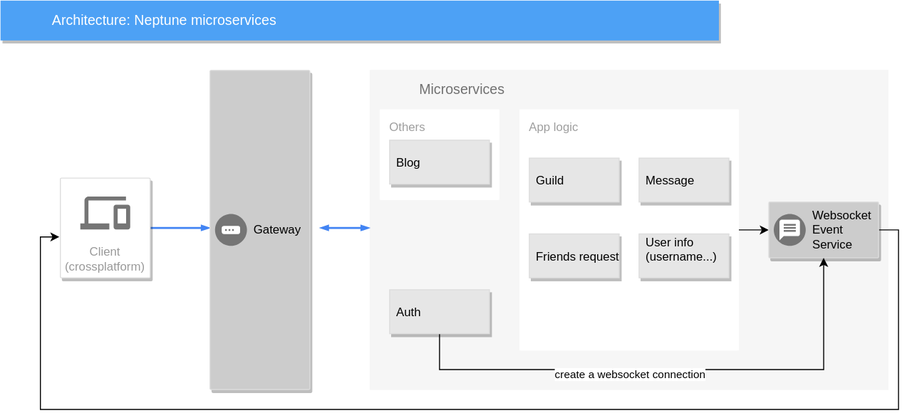
NeptuneOrg/guideline keeps this draw.io diagram as diagram/diagram.svg. Above is the earlier version. Source tidied: cells renumbered, new cells last; positions are measured from the earlier drawing's top-left corner, leaving out a move shared by most shapes.
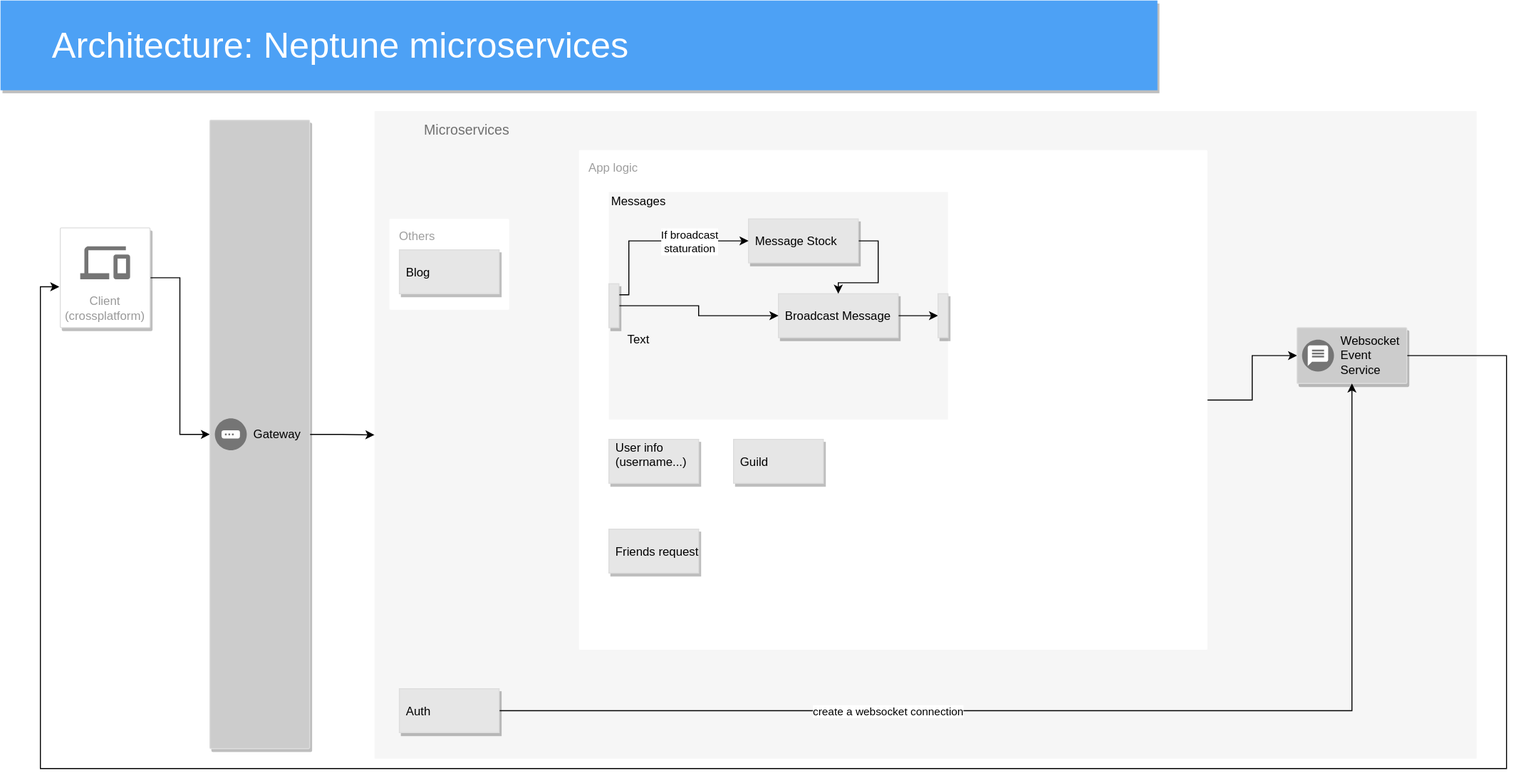
Above is the later version.

Diff of the diagram source:
```diff
@@ -3,64 +3,51 @@
     <mxCell id="0" />
     <mxCell id="1" parent="0" />
     <mxCell id="2" value="&lt;div&gt;Microservices&lt;/div&gt;" style="fillColor=#F6F6F6;strokeColor=none;shadow=0;gradientColor=none;fontSize=14;align=left;spacing=10;fontColor=#717171;9E9E9E;verticalAlign=top;spacingTop=-4;fontStyle=0;spacingLeft=40;html=1;" parent="1" vertex="1">
-      <mxGeometry x="370" y="69.5" width="520" height="321" as="geometry" />
+      <mxGeometry x="144.9" y="71" width="1105.1" height="649" as="geometry" />
     </mxCell>
-    <mxCell id="3" value="Architecture: Neptune microservices" style="fillColor=#4DA1F5;strokeColor=none;shadow=1;gradientColor=none;fontSize=14;align=left;spacingLeft=50;fontColor=#ffffff;html=1;" parent="1" vertex="1">
-      <mxGeometry width="720" height="40" as="geometry" />
+    <mxCell id="3" value="&lt;font style=&quot;font-size: 36px&quot;&gt;Architecture: Neptune microservices&lt;/font&gt;" style="fillColor=#4DA1F5;strokeColor=none;shadow=1;gradientColor=none;fontSize=14;align=left;spacingLeft=50;fontColor=#ffffff;html=1;" parent="1" vertex="1">
+      <mxGeometry x="-230" y="-40" width="1160" height="90" as="geometry" />
     </mxCell>
-    <mxCell id="4" style="edgeStyle=orthogonalEdgeStyle;rounded=0;html=1;labelBackgroundColor=none;startFill=1;startSize=4;endArrow=blockThin;endFill=1;endSize=4;jettySize=auto;strokeColor=#4284F3;strokeWidth=2;fontSize=12;fontColor=#000000;align=left;dashed=0;" parent="1" edge="1" source="5">
-      <mxGeometry relative="1" as="geometry">
-        <mxPoint x="210" y="228" as="targetPoint" />
-        <Array as="points">
-          <mxPoint x="210" y="228" />
-          <mxPoint x="210" y="228" />
-        </Array>
-      </mxGeometry>
-    </mxCell>
+    <mxCell id="24" style="edgeStyle=orthogonalEdgeStyle;rounded=0;jettySize=auto;html=1;" parent="1" edge="1" source="5" target="13">
+      <mxGeometry relative="1" as="geometry" />
+    </mxCell>
     <mxCell id="5" value="&lt;div&gt;Client&lt;/div&gt;&lt;div&gt;(crossplatform)&lt;/div&gt;" style="strokeColor=#dddddd;fillColor=#FFFFFF;shadow=1;strokeWidth=1;rounded=1;absoluteArcSize=1;arcSize=2;labelPosition=center;verticalLabelPosition=middle;align=center;verticalAlign=bottom;spacingLeft=0;fontColor=#999999;fontSize=12;whiteSpace=wrap;spacingBottom=2;html=1;" parent="1" vertex="1">
-      <mxGeometry x="60" y="178" width="90" height="100" as="geometry" />
+      <mxGeometry x="-170.1" y="188" width="90" height="100" as="geometry" />
     </mxCell>
     <mxCell id="6" style="dashed=0;html=1;fillColor=#757575;strokeColor=none;shape=mxgraph.gcp2.desktop_and_mobile;" parent="5" vertex="1">
       <mxGeometry x="0.5" width="50" height="33" relative="1" as="geometry">
         <mxPoint x="-25" y="18.5" as="offset" />
       </mxGeometry>
     </mxCell>
-    <mxCell id="7" style="edgeStyle=orthogonalEdgeStyle;rounded=0;html=1;labelBackgroundColor=none;startFill=1;startSize=4;endArrow=blockThin;endFill=1;endSize=4;jettySize=auto;orthogonalLoop=1;strokeColor=#4284F3;strokeWidth=2;fontSize=12;fontColor=#000000;align=left;dashed=0;startArrow=blockThin;" parent="1" edge="1">
-      <mxGeometry relative="1" as="geometry">
-        <mxPoint x="320" y="228" as="sourcePoint" />
-        <mxPoint x="370" y="228" as="targetPoint" />
-        <Array as="points">
-          <mxPoint x="340" y="228" />
-          <mxPoint x="340" y="228" />
-        </Array>
-      </mxGeometry>
-    </mxCell>
-    <mxCell id="8" style="edgeStyle=orthogonalEdgeStyle;rounded=0;jettySize=auto;html=1;exitX=1;exitY=0.5;exitDx=0;exitDy=0;exitPerimeter=0;" parent="1" edge="1" source="9" target="11">
+    <mxCell id="8" style="edgeStyle=orthogonalEdgeStyle;rounded=0;jettySize=auto;html=1;entryX=0;entryY=0.5;entryDx=0;entryDy=0;" parent="1" edge="1" source="9" target="11">
       <mxGeometry relative="1" as="geometry" />
     </mxCell>
     <mxCell id="9" value="&lt;div&gt;App logic&lt;br&gt;&lt;/div&gt;" style="points=[[0,0,0],[0.25,0,0],[0.5,0,0],[0.75,0,0],[1,0,0],[1,0.25,0],[1,0.5,0],[1,0.75,0],[1,1,0],[0.75,1,0],[0.5,1,0],[0.25,1,0],[0,1,0],[0,0.75,0],[0,0.5,0],[0,0.25,0]];rounded=1;absoluteArcSize=1;arcSize=2;html=1;strokeColor=none;gradientColor=none;shadow=0;dashed=0;fontSize=12;fontColor=#9E9E9E;align=left;verticalAlign=top;spacing=10;spacingTop=-4;" parent="1" vertex="1">
-      <mxGeometry x="520" y="109" width="220" height="242" as="geometry" />
+      <mxGeometry x="350" y="110" width="630.1" height="501" as="geometry" />
     </mxCell>
     <mxCell id="10" style="edgeStyle=orthogonalEdgeStyle;rounded=0;jettySize=auto;html=1;exitX=1;exitY=0.5;exitDx=0;exitDy=0;entryX=-0.011;entryY=0.59;entryDx=0;entryDy=0;entryPerimeter=0;" parent="1" edge="1" source="11" target="5">
       <mxGeometry relative="1" as="geometry">
         <Array as="points">
-          <mxPoint x="900" y="230" />
-          <mxPoint x="900" y="410" />
-          <mxPoint x="40" y="410" />
-          <mxPoint x="40" y="237" />
+          <mxPoint x="1280" y="316" />
+          <mxPoint x="1280" y="730" />
+          <mxPoint x="-190" y="730" />
+          <mxPoint x="-190" y="247" />
         </Array>
       </mxGeometry>
     </mxCell>
     <mxCell id="11" style="strokeColor=#dddddd;shadow=1;strokeWidth=1;rounded=1;absoluteArcSize=1;arcSize=2;fillColor=#CCCCCC;" parent="1" vertex="1">
-      <mxGeometry x="770" y="202" width="110" height="56" as="geometry" />
+      <mxGeometry x="1070" y="288" width="110" height="56" as="geometry" />
     </mxCell>
     <mxCell id="12" value="&lt;div&gt;Websocket&lt;/div&gt;&lt;div&gt;Event&lt;/div&gt;&lt;div&gt;Service&lt;/div&gt;" style="dashed=0;html=1;fillColor=#757575;strokeColor=none;shape=mxgraph.gcp2.push_notification_service;labelPosition=right;verticalLabelPosition=middle;align=left;verticalAlign=middle;spacingLeft=5;fontSize=12;" parent="11" vertex="1">
       <mxGeometry y="0.5" width="32" height="32" relative="1" as="geometry">
         <mxPoint x="5" y="-16" as="offset" />
       </mxGeometry>
     </mxCell>
+    <mxCell id="25" style="edgeStyle=orthogonalEdgeStyle;rounded=0;jettySize=auto;html=1;exitX=1;exitY=0.5;exitDx=0;exitDy=0;" parent="1" edge="1" source="13" target="2">
+      <mxGeometry relative="1" as="geometry" />
+    </mxCell>
     <mxCell id="13" style="strokeColor=#dddddd;shadow=1;strokeWidth=1;rounded=1;absoluteArcSize=1;arcSize=2;fillColor=#CCCCCC;" parent="1" vertex="1">
-      <mxGeometry x="210" y="70" width="100" height="320" as="geometry" />
+      <mxGeometry x="-20.1" y="80" width="100" height="630" as="geometry" />
     </mxCell>
     <mxCell id="14" value="Gateway" style="dashed=0;html=1;fillColor=#757575;strokeColor=none;shape=mxgraph.gcp2.gateway;labelPosition=right;verticalLabelPosition=middle;align=left;verticalAlign=middle;spacingLeft=5;fontSize=12;" parent="13" vertex="1">
       <mxGeometry y="0.5" width="32" height="32" relative="1" as="geometry">
@@ -68,38 +55,75 @@
       </mxGeometry>
     </mxCell>
     <mxCell id="15" value="Guild" style="dashed=0;strokeColor=#dddddd;shadow=1;strokeWidth=1;labelPosition=center;verticalLabelPosition=middle;align=left;verticalAlign=middle;spacingLeft=5;fontSize=12;fillColor=#E6E6E6;" parent="1" vertex="1">
-      <mxGeometry x="530" y="158" width="90" height="44" as="geometry" />
+      <mxGeometry x="505" y="400" width="90" height="44" as="geometry" />
     </mxCell>
-    <mxCell id="16" value="Message" style="dashed=0;strokeColor=#dddddd;shadow=1;strokeWidth=1;labelPosition=center;verticalLabelPosition=middle;align=left;verticalAlign=middle;spacingLeft=5;fontSize=12;fillColor=#E6E6E6;" parent="1" vertex="1">
-      <mxGeometry x="640" y="158" width="90" height="44" as="geometry" />
-    </mxCell>
     <mxCell id="17" value="Friends request" style="dashed=0;strokeColor=#dddddd;shadow=1;strokeWidth=1;labelPosition=center;verticalLabelPosition=middle;align=left;verticalAlign=middle;spacingLeft=5;fontSize=12;fillColor=#E6E6E6;" parent="1" vertex="1">
-      <mxGeometry x="530" y="234" width="90" height="44" as="geometry" />
+      <mxGeometry x="380" y="490" width="90" height="44" as="geometry" />
     </mxCell>
     <mxCell id="18" value="User info&#10;(username...)&#10;" style="dashed=0;strokeColor=#dddddd;shadow=1;strokeWidth=1;labelPosition=center;verticalLabelPosition=middle;align=left;verticalAlign=middle;spacingLeft=5;fontSize=12;fillColor=#E6E6E6;" parent="1" vertex="1">
-      <mxGeometry x="640" y="234" width="90" height="44" as="geometry" />
+      <mxGeometry x="380" y="400" width="90" height="44" as="geometry" />
     </mxCell>
     <mxCell id="19" style="edgeStyle=orthogonalEdgeStyle;rounded=0;jettySize=auto;html=1;entryX=0.5;entryY=1;entryDx=0;entryDy=0;" parent="1" edge="1" source="21" target="11">
       <mxGeometry relative="1" as="geometry">
         <Array as="points">
-          <mxPoint x="440" y="370" />
-          <mxPoint x="825" y="370" />
+          <mxPoint x="1125" y="672" />
         </Array>
       </mxGeometry>
     </mxCell>
     <mxCell id="20" value="create a websocket connection" style="edgeLabel;html=1;align=center;verticalAlign=middle;" parent="19" vertex="1">
       <mxGeometry x="-0.06" y="-4" relative="1" as="geometry">
-        <mxPoint x="-24" as="offset" />
+        <mxPoint x="-164.9" y="-4" as="offset" />
       </mxGeometry>
     </mxCell>
     <mxCell id="21" value="Auth" style="dashed=0;strokeColor=#dddddd;shadow=1;strokeWidth=1;labelPosition=center;verticalLabelPosition=middle;align=left;verticalAlign=middle;spacingLeft=5;fontSize=12;fillColor=#E6E6E6;" parent="1" vertex="1">
-      <mxGeometry x="390" y="290" width="100" height="44" as="geometry" />
+      <mxGeometry x="169.9" y="650" width="100" height="44" as="geometry" />
     </mxCell>
     <mxCell id="22" value="Others" style="rounded=1;absoluteArcSize=1;arcSize=2;html=1;strokeColor=none;gradientColor=none;shadow=0;dashed=0;fontSize=12;fontColor=#9E9E9E;align=left;verticalAlign=top;spacing=10;spacingTop=-4;" parent="1" vertex="1">
-      <mxGeometry x="380" y="109" width="120" height="91" as="geometry" />
+      <mxGeometry x="159.9" y="179" width="120" height="91" as="geometry" />
     </mxCell>
     <mxCell id="23" value="Blog" style="dashed=0;strokeColor=#dddddd;shadow=1;strokeWidth=1;labelPosition=center;verticalLabelPosition=middle;align=left;verticalAlign=middle;spacingLeft=5;fontSize=12;fillColor=#E6E6E6;" parent="1" vertex="1">
-      <mxGeometry x="390" y="140" width="100" height="44" as="geometry" />
+      <mxGeometry x="169.9" y="210" width="100" height="44" as="geometry" />
     </mxCell>
+    <mxCell id="26" style="fillColor=#F6F6F6;strokeColor=none;shadow=0;gradientColor=none;fontSize=14;align=left;spacing=10;fontColor=#717171;9E9E9E;verticalAlign=top;spacingTop=-4;fontStyle=0;spacingLeft=40;html=1;" parent="1" vertex="1">
+      <mxGeometry x="380" y="152" width="340" height="228" as="geometry" />
+    </mxCell>
+    <mxCell id="27" style="edgeStyle=orthogonalEdgeStyle;rounded=0;jettySize=auto;html=1;exitX=1;exitY=0.5;exitDx=0;exitDy=0;" parent="1" edge="1" source="16" target="34">
+      <mxGeometry relative="1" as="geometry" />
+    </mxCell>
+    <mxCell id="16" value="Broadcast Message" style="dashed=0;strokeColor=#dddddd;shadow=1;strokeWidth=1;labelPosition=center;verticalLabelPosition=middle;align=left;verticalAlign=middle;spacingLeft=5;fontSize=12;fillColor=#E6E6E6;" parent="1" vertex="1">
+      <mxGeometry x="550" y="254" width="120" height="44" as="geometry" />
+    </mxCell>
+    <mxCell id="28" style="edgeStyle=orthogonalEdgeStyle;rounded=0;jettySize=auto;html=1;exitX=1;exitY=0.5;exitDx=0;exitDy=0;entryX=0.5;entryY=0;entryDx=0;entryDy=0;" parent="1" edge="1" source="29" target="16">
+      <mxGeometry relative="1" as="geometry" />
+    </mxCell>
+    <mxCell id="29" value="Message Stock" style="dashed=0;strokeColor=#dddddd;shadow=1;strokeWidth=1;labelPosition=center;verticalLabelPosition=middle;align=left;verticalAlign=middle;spacingLeft=5;fontSize=12;fillColor=#E6E6E6;" parent="1" vertex="1">
+      <mxGeometry x="520" y="179" width="110" height="44" as="geometry" />
+    </mxCell>
+    <mxCell id="30" style="edgeStyle=orthogonalEdgeStyle;rounded=0;jettySize=auto;html=1;exitX=1;exitY=0.5;exitDx=0;exitDy=0;" parent="1" edge="1" source="32" target="16">
+      <mxGeometry relative="1" as="geometry" />
+    </mxCell>
+    <mxCell id="31" style="edgeStyle=orthogonalEdgeStyle;rounded=0;jettySize=auto;html=1;exitX=1;exitY=0.25;exitDx=0;exitDy=0;entryX=0;entryY=0.5;entryDx=0;entryDy=0;" parent="1" edge="1" source="32" target="29">
+      <mxGeometry relative="1" as="geometry">
+        <Array as="points">
+          <mxPoint x="400" y="255" />
+          <mxPoint x="400" y="201" />
+        </Array>
+      </mxGeometry>
+    </mxCell>
+    <mxCell id="32" style="dashed=0;strokeColor=#dddddd;shadow=1;strokeWidth=1;labelPosition=center;verticalLabelPosition=middle;align=left;verticalAlign=middle;spacingLeft=5;fontSize=12;fillColor=#E6E6E6;" parent="1" vertex="1">
+      <mxGeometry x="380" y="244" width="10" height="44" as="geometry" />
+    </mxCell>
+    <mxCell id="33" value="If broadcast&lt;br&gt;staturation" style="edgeLabel;html=1;align=center;verticalAlign=middle;" parent="1" vertex="1">
+      <mxGeometry x="460" y="201" as="geometry" />
+    </mxCell>
+    <mxCell id="34" style="dashed=0;strokeColor=#dddddd;shadow=1;strokeWidth=1;labelPosition=center;verticalLabelPosition=middle;align=left;verticalAlign=middle;spacingLeft=5;fontSize=12;fillColor=#E6E6E6;" parent="1" vertex="1">
+      <mxGeometry x="710" y="254" width="10" height="44" as="geometry" />
+    </mxCell>
+    <mxCell id="35" value="Text" style="text;html=1;strokeColor=none;fillColor=none;align=center;verticalAlign=middle;whiteSpace=wrap;rounded=0;" parent="1" vertex="1">
+      <mxGeometry x="390" y="290" width="40" height="20" as="geometry" />
+    </mxCell>
+    <mxCell id="36" value="Messages" style="text;html=1;strokeColor=none;fillColor=none;align=center;verticalAlign=middle;whiteSpace=wrap;rounded=0;" parent="1" vertex="1">
+      <mxGeometry x="390" y="152" width="40" height="20" as="geometry" />
+    </mxCell>
   </root>
 </mxGraphModel>
```
